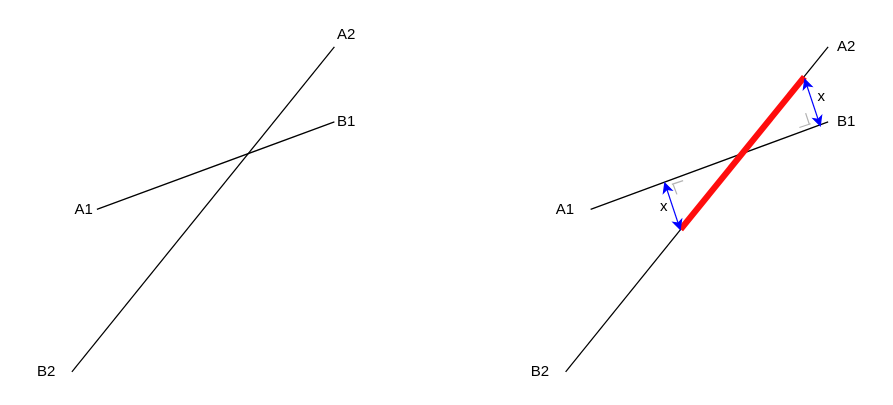
This is AIEngine/src/path/navmesh/_doc/jump/edgeJump.drawio from petitg1987/urchinEngine, a draw.io file, before an edit. Source tidied: cells renumbered, new cells numbered last; positions are measured from the earlier drawing's top-left corner, leaving out a move shared by most shapes. Both pictures are drawn from the tidied source at 125%, with x=0, y=0 at pixel (21, 21).
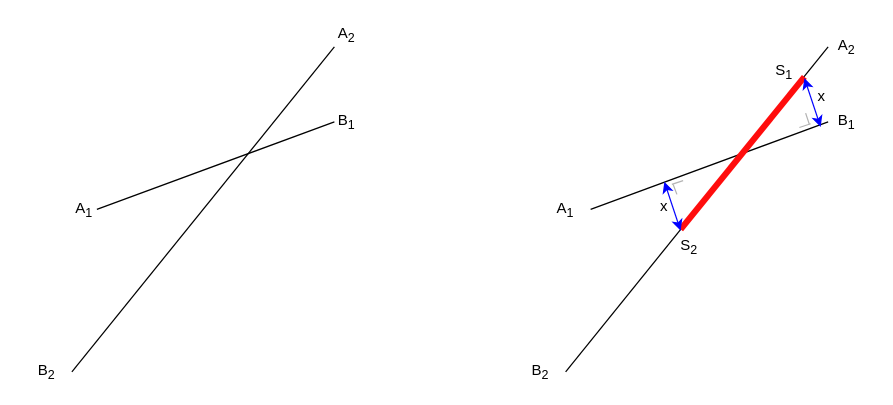
The same diagram, later.

Commit message (it also covers changes not shown here):
AI: update edge jump documentation

Diff of the diagram source:
```diff
@@
-    <mxCell id="4" value="A1" style="text;html=1;strokeColor=none;fillColor=none;align=center;verticalAlign=middle;whiteSpace=wrap;rounded=0;" parent="1" vertex="1">
+    <mxCell id="4" value="A&lt;sub&gt;1&lt;/sub&gt;" style="text;html=1;strokeColor=none;fillColor=none;align=center;verticalAlign=middle;whiteSpace=wrap;rounded=0;" parent="1" vertex="1">
       <mxGeometry x="30" y="140" width="40" height="20" as="geometry" />
     </mxCell>
-    <mxCell id="5" value="B1" style="text;html=1;strokeColor=none;fillColor=none;align=center;verticalAlign=middle;whiteSpace=wrap;rounded=0;" parent="1" vertex="1">
+    <mxCell id="5" value="B&lt;sub&gt;1&lt;/sub&gt;" style="text;html=1;strokeColor=none;fillColor=none;align=center;verticalAlign=middle;whiteSpace=wrap;rounded=0;" parent="1" vertex="1">
       <mxGeometry x="240" y="70" width="40" height="20" as="geometry" />
     </mxCell>
-    <mxCell id="6" value="B2" style="text;html=1;strokeColor=none;fillColor=none;align=center;verticalAlign=middle;whiteSpace=wrap;rounded=0;" parent="1" vertex="1">
+    <mxCell id="6" value="B&lt;sub&gt;2&lt;/sub&gt;" style="text;html=1;strokeColor=none;fillColor=none;align=center;verticalAlign=middle;whiteSpace=wrap;rounded=0;" parent="1" vertex="1">
       <mxGeometry y="270" width="40" height="20" as="geometry" />
     </mxCell>
-    <mxCell id="7" value="A2" style="text;html=1;strokeColor=none;fillColor=none;align=center;verticalAlign=middle;whiteSpace=wrap;rounded=0;" parent="1" vertex="1">
+    <mxCell id="7" value="A&lt;sub&gt;2&lt;/sub&gt;" style="text;html=1;strokeColor=none;fillColor=none;align=center;verticalAlign=middle;whiteSpace=wrap;rounded=0;" parent="1" vertex="1">
       <mxGeometry x="240" width="40" height="20" as="geometry" />
     </mxCell>
@@
-    <mxCell id="10" value="A1" style="text;html=1;strokeColor=none;fillColor=none;align=center;verticalAlign=middle;whiteSpace=wrap;rounded=0;" parent="1" vertex="1">
+    <mxCell id="10" value="A&lt;sub&gt;1&lt;/sub&gt;" style="text;html=1;strokeColor=none;fillColor=none;align=center;verticalAlign=middle;whiteSpace=wrap;rounded=0;" parent="1" vertex="1">
       <mxGeometry x="415" y="140" width="40" height="20" as="geometry" />
     </mxCell>
-    <mxCell id="11" value="B1" style="text;html=1;strokeColor=none;fillColor=none;align=center;verticalAlign=middle;whiteSpace=wrap;rounded=0;" parent="1" vertex="1">
+    <mxCell id="11" value="B&lt;sub&gt;1&lt;/sub&gt;" style="text;html=1;strokeColor=none;fillColor=none;align=center;verticalAlign=middle;whiteSpace=wrap;rounded=0;" parent="1" vertex="1">
       <mxGeometry x="640" y="70" width="40" height="20" as="geometry" />
     </mxCell>
-    <mxCell id="12" value="B2" style="text;html=1;strokeColor=none;fillColor=none;align=center;verticalAlign=middle;whiteSpace=wrap;rounded=0;" parent="1" vertex="1">
+    <mxCell id="12" value="B&lt;sub&gt;2&lt;/sub&gt;" style="text;html=1;strokeColor=none;fillColor=none;align=center;verticalAlign=middle;whiteSpace=wrap;rounded=0;" parent="1" vertex="1">
       <mxGeometry x="395" y="270" width="40" height="20" as="geometry" />
     </mxCell>
-    <mxCell id="13" value="A2" style="text;html=1;strokeColor=none;fillColor=none;align=center;verticalAlign=middle;whiteSpace=wrap;rounded=0;" parent="1" vertex="1">
+    <mxCell id="13" value="A&lt;sub&gt;2&lt;/sub&gt;" style="text;html=1;strokeColor=none;fillColor=none;align=center;verticalAlign=middle;whiteSpace=wrap;rounded=0;" parent="1" vertex="1">
       <mxGeometry x="640" y="10" width="40" height="20" as="geometry" />
     </mxCell>
@@
+    <mxCell id="23" value="S&lt;sub&gt;1&lt;/sub&gt;" style="text;html=1;strokeColor=none;fillColor=none;align=center;verticalAlign=middle;whiteSpace=wrap;rounded=0;" parent="1" vertex="1">
+      <mxGeometry x="590" y="30" width="40" height="20" as="geometry" />
+    </mxCell>
+    <mxCell id="24" value="S&lt;sub&gt;2&lt;/sub&gt;" style="text;html=1;strokeColor=none;fillColor=none;align=center;verticalAlign=middle;whiteSpace=wrap;rounded=0;" parent="1" vertex="1">
+      <mxGeometry x="513.5" y="170" width="40" height="20" as="geometry" />
+    </mxCell>
```
